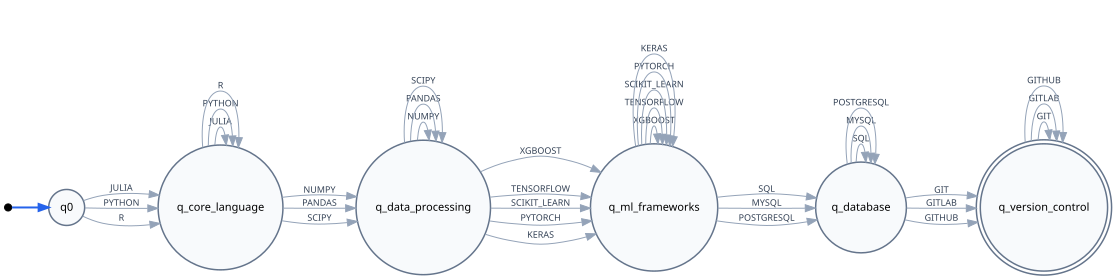
Above: docs/diagrams/machine_learning.png in JuanJoe-18/DiscreteIII-Integrative-Task-VictorTeam (Graphviz), before the change. Its source is kept beside it as docs/diagrams/machine_learning.dot.
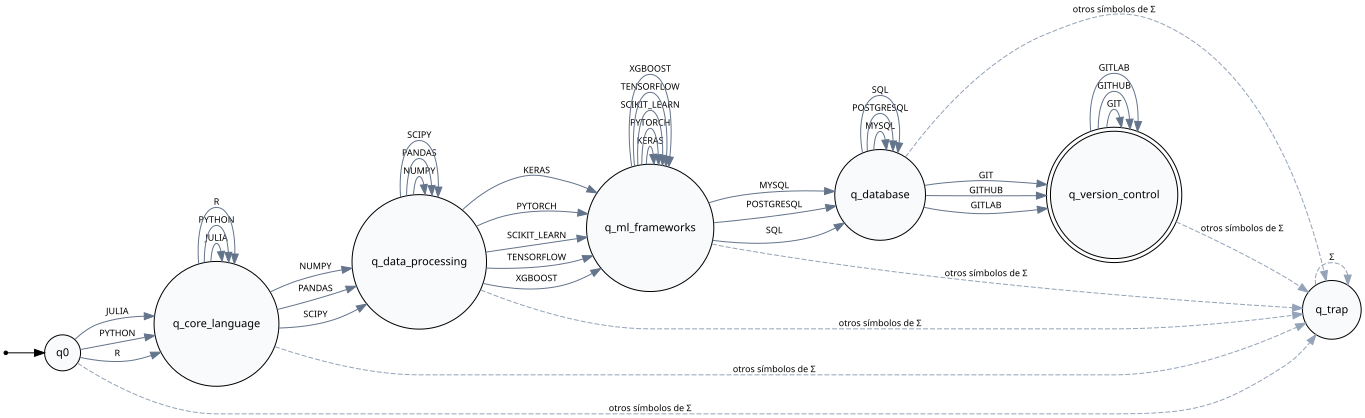
Above is the later version.

The edit, as a diff of the source:
```diff
@@ -2,46 +2,54 @@
 	rankdir=LR
 	node [fontname=Helvetica fontsize=11 style=filled]
 	edge [fontname=Helvetica fontsize=9]
-	__start [label="" shape=point width=0.1]
-	__start -> q0 [color="#2563eb" penwidth=2.0]
-	q0 [color="#64748b" fillcolor="#f8fafc" penwidth=1.5 shape=circle]
-	q_core_language [color="#64748b" fillcolor="#f8fafc" penwidth=1.5 shape=circle]
-	q_data_processing [color="#64748b" fillcolor="#f8fafc" penwidth=1.5 shape=circle]
-	q_ml_frameworks [color="#64748b" fillcolor="#f8fafc" penwidth=1.5 shape=circle]
-	q_database [color="#64748b" fillcolor="#f8fafc" penwidth=1.5 shape=circle]
-	q_version_control [color="#64748b" fillcolor="#f8fafc" penwidth=1.5 shape=doublecircle]
-	q0 -> q_core_language [label=JULIA color="#94a3b8" fontcolor="#334155" penwidth=1.0]
-	q0 -> q_core_language [label=PYTHON color="#94a3b8" fontcolor="#334155" penwidth=1.0]
-	q0 -> q_core_language [label=R color="#94a3b8" fontcolor="#334155" penwidth=1.0]
-	q_core_language -> q_core_language [label=JULIA color="#94a3b8" fontcolor="#334155" penwidth=1.0]
-	q_core_language -> q_core_language [label=PYTHON color="#94a3b8" fontcolor="#334155" penwidth=1.0]
-	q_core_language -> q_core_language [label=R color="#94a3b8" fontcolor="#334155" penwidth=1.0]
-	q_core_language -> q_data_processing [label=NUMPY color="#94a3b8" fontcolor="#334155" penwidth=1.0]
-	q_core_language -> q_data_processing [label=PANDAS color="#94a3b8" fontcolor="#334155" penwidth=1.0]
-	q_core_language -> q_data_processing [label=SCIPY color="#94a3b8" fontcolor="#334155" penwidth=1.0]
-	q_data_processing -> q_data_processing [label=NUMPY color="#94a3b8" fontcolor="#334155" penwidth=1.0]
-	q_data_processing -> q_data_processing [label=PANDAS color="#94a3b8" fontcolor="#334155" penwidth=1.0]
-	q_data_processing -> q_data_processing [label=SCIPY color="#94a3b8" fontcolor="#334155" penwidth=1.0]
-	q_data_processing -> q_ml_frameworks [label=XGBOOST color="#94a3b8" fontcolor="#334155" penwidth=1.0]
-	q_data_processing -> q_ml_frameworks [label=TENSORFLOW color="#94a3b8" fontcolor="#334155" penwidth=1.0]
-	q_data_processing -> q_ml_frameworks [label=SCIKIT_LEARN color="#94a3b8" fontcolor="#334155" penwidth=1.0]
-	q_data_processing -> q_ml_frameworks [label=PYTORCH color="#94a3b8" fontcolor="#334155" penwidth=1.0]
-	q_data_processing -> q_ml_frameworks [label=KERAS color="#94a3b8" fontcolor="#334155" penwidth=1.0]
-	q_ml_frameworks -> q_ml_frameworks [label=XGBOOST color="#94a3b8" fontcolor="#334155" penwidth=1.0]
-	q_ml_frameworks -> q_ml_frameworks [label=TENSORFLOW color="#94a3b8" fontcolor="#334155" penwidth=1.0]
-	q_ml_frameworks -> q_ml_frameworks [label=SCIKIT_LEARN color="#94a3b8" fontcolor="#334155" penwidth=1.0]
-	q_ml_frameworks -> q_ml_frameworks [label=PYTORCH color="#94a3b8" fontcolor="#334155" penwidth=1.0]
-	q_ml_frameworks -> q_ml_frameworks [label=KERAS color="#94a3b8" fontcolor="#334155" penwidth=1.0]
-	q_ml_frameworks -> q_database [label=SQL color="#94a3b8" fontcolor="#334155" penwidth=1.0]
-	q_ml_frameworks -> q_database [label=MYSQL color="#94a3b8" fontcolor="#334155" penwidth=1.0]
-	q_ml_frameworks -> q_database [label=POSTGRESQL color="#94a3b8" fontcolor="#334155" penwidth=1.0]
-	q_database -> q_database [label=SQL color="#94a3b8" fontcolor="#334155" penwidth=1.0]
-	q_database -> q_database [label=MYSQL color="#94a3b8" fontcolor="#334155" penwidth=1.0]
-	q_database -> q_database [label=POSTGRESQL color="#94a3b8" fontcolor="#334155" penwidth=1.0]
-	q_database -> q_version_control [label=GIT color="#94a3b8" fontcolor="#334155" penwidth=1.0]
-	q_database -> q_version_control [label=GITLAB color="#94a3b8" fontcolor="#334155" penwidth=1.0]
-	q_database -> q_version_control [label=GITHUB color="#94a3b8" fontcolor="#334155" penwidth=1.0]
-	q_version_control -> q_version_control [label=GIT color="#94a3b8" fontcolor="#334155" penwidth=1.0]
-	q_version_control -> q_version_control [label=GITLAB color="#94a3b8" fontcolor="#334155" penwidth=1.0]
-	q_version_control -> q_version_control [label=GITHUB color="#94a3b8" fontcolor="#334155" penwidth=1.0]
+	__start [label="" shape=point]
+	__start -> q0
+	q0 [fillcolor="#f8fafc" shape=circle]
+	q_core_language [fillcolor="#f8fafc" shape=circle]
+	q_data_processing [fillcolor="#f8fafc" shape=circle]
+	q_database [fillcolor="#f8fafc" shape=circle]
+	q_ml_frameworks [fillcolor="#f8fafc" shape=circle]
+	q_trap [fillcolor="#f8fafc" shape=circle]
+	q_version_control [fillcolor="#f8fafc" shape=doublecircle]
+	q0 -> q_core_language [label=JULIA color="#64748b" penwidth=1.0]
+	q0 -> q_core_language [label=PYTHON color="#64748b" penwidth=1.0]
+	q0 -> q_core_language [label=R color="#64748b" penwidth=1.0]
+	q_core_language -> q_core_language [label=JULIA color="#64748b" penwidth=1.0]
+	q_core_language -> q_data_processing [label=NUMPY color="#64748b" penwidth=1.0]
+	q_core_language -> q_data_processing [label=PANDAS color="#64748b" penwidth=1.0]
+	q_core_language -> q_core_language [label=PYTHON color="#64748b" penwidth=1.0]
+	q_core_language -> q_core_language [label=R color="#64748b" penwidth=1.0]
+	q_core_language -> q_data_processing [label=SCIPY color="#64748b" penwidth=1.0]
+	q_data_processing -> q_ml_frameworks [label=KERAS color="#64748b" penwidth=1.0]
+	q_data_processing -> q_data_processing [label=NUMPY color="#64748b" penwidth=1.0]
+	q_data_processing -> q_data_processing [label=PANDAS color="#64748b" penwidth=1.0]
+	q_data_processing -> q_ml_frameworks [label=PYTORCH color="#64748b" penwidth=1.0]
+	q_data_processing -> q_ml_frameworks [label=SCIKIT_LEARN color="#64748b" penwidth=1.0]
+	q_data_processing -> q_data_processing [label=SCIPY color="#64748b" penwidth=1.0]
+	q_data_processing -> q_ml_frameworks [label=TENSORFLOW color="#64748b" penwidth=1.0]
+	q_data_processing -> q_ml_frameworks [label=XGBOOST color="#64748b" penwidth=1.0]
+	q_database -> q_version_control [label=GIT color="#64748b" penwidth=1.0]
+	q_database -> q_version_control [label=GITHUB color="#64748b" penwidth=1.0]
+	q_database -> q_version_control [label=GITLAB color="#64748b" penwidth=1.0]
+	q_database -> q_database [label=MYSQL color="#64748b" penwidth=1.0]
+	q_database -> q_database [label=POSTGRESQL color="#64748b" penwidth=1.0]
+	q_database -> q_database [label=SQL color="#64748b" penwidth=1.0]
+	q_ml_frameworks -> q_ml_frameworks [label=KERAS color="#64748b" penwidth=1.0]
+	q_ml_frameworks -> q_database [label=MYSQL color="#64748b" penwidth=1.0]
+	q_ml_frameworks -> q_database [label=POSTGRESQL color="#64748b" penwidth=1.0]
+	q_ml_frameworks -> q_ml_frameworks [label=PYTORCH color="#64748b" penwidth=1.0]
+	q_ml_frameworks -> q_ml_frameworks [label=SCIKIT_LEARN color="#64748b" penwidth=1.0]
+	q_ml_frameworks -> q_database [label=SQL color="#64748b" penwidth=1.0]
+	q_ml_frameworks -> q_ml_frameworks [label=TENSORFLOW color="#64748b" penwidth=1.0]
+	q_ml_frameworks -> q_ml_frameworks [label=XGBOOST color="#64748b" penwidth=1.0]
+	q_version_control -> q_version_control [label=GIT color="#64748b" penwidth=1.0]
+	q_version_control -> q_version_control [label=GITHUB color="#64748b" penwidth=1.0]
+	q_version_control -> q_version_control [label=GITLAB color="#64748b" penwidth=1.0]
+	q0 -> q_trap [label="otros símbolos de Σ" color="#94a3b8" style=dashed]
+	q_core_language -> q_trap [label="otros símbolos de Σ" color="#94a3b8" style=dashed]
+	q_data_processing -> q_trap [label="otros símbolos de Σ" color="#94a3b8" style=dashed]
+	q_database -> q_trap [label="otros símbolos de Σ" color="#94a3b8" style=dashed]
+	q_ml_frameworks -> q_trap [label="otros símbolos de Σ" color="#94a3b8" style=dashed]
+	q_trap -> q_trap [label="Σ" color="#94a3b8" style=dashed]
+	q_version_control -> q_trap [label="otros símbolos de Σ" color="#94a3b8" style=dashed]
 }
```
